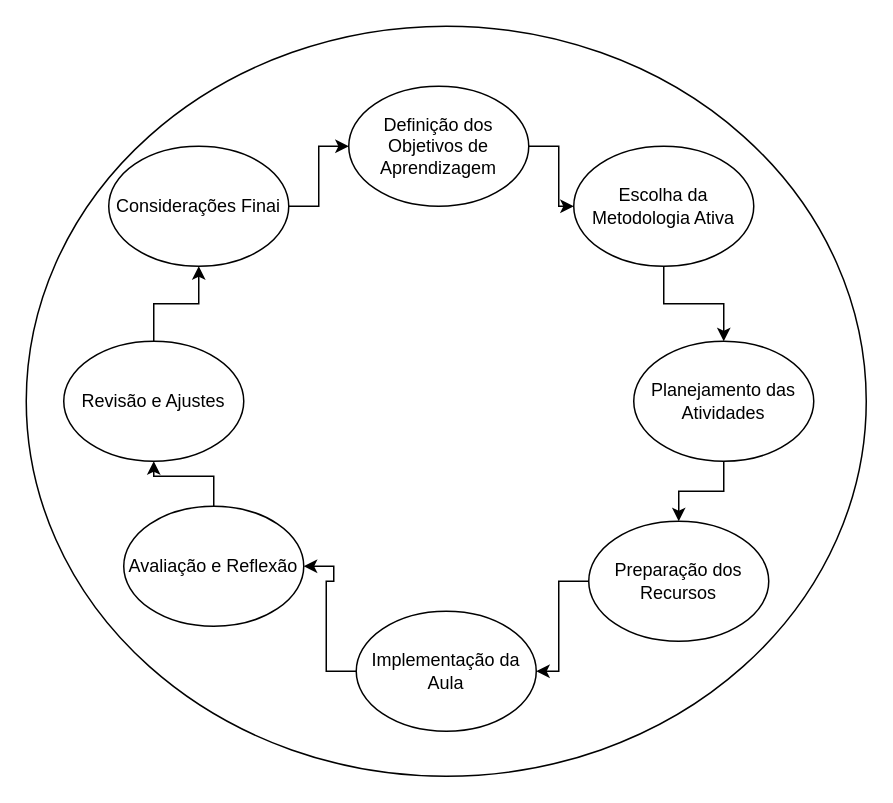
Earlier version of the draw.io diagram etapas do plano de aula.drawio (RosianeSangali/RosianeSangali). Source tidied: cells renumbered, new cells numbered last; positions are measured from the earlier drawing's top-left corner, leaving out a move shared by most shapes. Both pictures are drawn from the tidied source at 150%, with x=0, y=0 at pixel (26, 26).
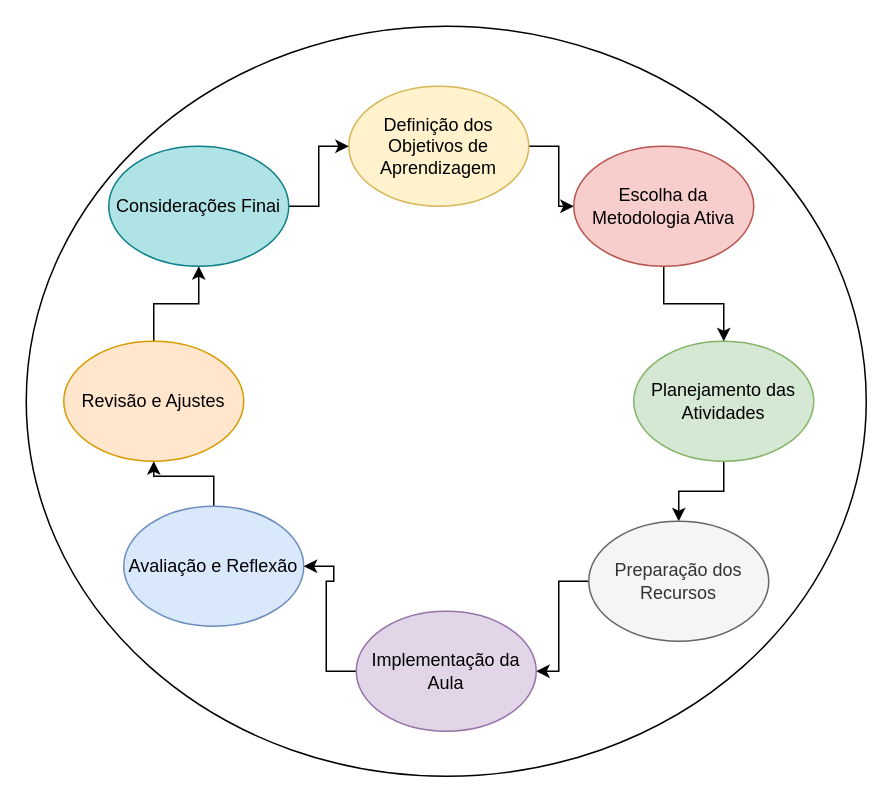
After the change.

Diff of the diagram source:
```diff
@@
 <mxGraphModel>
   <root>
     <mxCell id="0" />
     <mxCell id="1" parent="0" />
     <mxCell id="2" style="ellipse;whiteSpace=wrap;html=1;" parent="1" vertex="1">
       <mxGeometry width="560" height="500" as="geometry" />
     </mxCell>
     <mxCell id="3" style="edgeStyle=orthogonalEdgeStyle;rounded=0;jettySize=auto;html=1;" parent="1" edge="1" source="4" target="8">
       <mxGeometry relative="1" as="geometry" />
     </mxCell>
-    <mxCell id="4" value="Definição dos Objetivos de Aprendizagem" style="ellipse;whiteSpace=wrap;html=1;" parent="1" vertex="1">
+    <mxCell id="4" value="Definição dos Objetivos de Aprendizagem" style="ellipse;whiteSpace=wrap;html=1;fillColor=#fff2cc;strokeColor=#d6b656;" parent="1" vertex="1">
       <mxGeometry x="215" y="40" width="120" height="80" as="geometry" />
     </mxCell>
     <mxCell id="5" style="edgeStyle=orthogonalEdgeStyle;rounded=0;jettySize=auto;html=1;" parent="1" edge="1" source="6" target="12">
       <mxGeometry relative="1" as="geometry" />
     </mxCell>
-    <mxCell id="6" value="Planejamento das Atividades" style="ellipse;whiteSpace=wrap;html=1;" parent="1" vertex="1">
+    <mxCell id="6" value="Planejamento das Atividades" style="ellipse;whiteSpace=wrap;html=1;fillColor=#d5e8d4;strokeColor=#82b366;" parent="1" vertex="1">
       <mxGeometry x="405" y="210" width="120" height="80" as="geometry" />
     </mxCell>
     <mxCell id="7" style="edgeStyle=orthogonalEdgeStyle;rounded=0;jettySize=auto;html=1;" parent="1" edge="1" source="8" target="6">
       <mxGeometry relative="1" as="geometry" />
     </mxCell>
-    <mxCell id="8" value="Escolha da Metodologia Ativa" style="ellipse;whiteSpace=wrap;html=1;" parent="1" vertex="1">
+    <mxCell id="8" value="Escolha da Metodologia Ativa" style="ellipse;whiteSpace=wrap;html=1;fillColor=#f8cecc;strokeColor=#b85450;" parent="1" vertex="1">
       <mxGeometry x="365" y="80" width="120" height="80" as="geometry" />
     </mxCell>
     <mxCell id="9" style="edgeStyle=orthogonalEdgeStyle;rounded=0;jettySize=auto;html=1;" parent="1" edge="1" source="10" target="4">
       <mxGeometry relative="1" as="geometry" />
     </mxCell>
-    <mxCell id="10" value="Considerações Finai" style="ellipse;whiteSpace=wrap;html=1;" parent="1" vertex="1">
+    <mxCell id="10" value="Considerações Finai" style="ellipse;whiteSpace=wrap;html=1;fillColor=#b0e3e6;strokeColor=#0e8088;" parent="1" vertex="1">
       <mxGeometry x="55" y="80" width="120" height="80" as="geometry" />
     </mxCell>
     <mxCell id="11" style="edgeStyle=orthogonalEdgeStyle;rounded=0;jettySize=auto;html=1;" parent="1" edge="1" source="12" target="18">
       <mxGeometry relative="1" as="geometry" />
     </mxCell>
-    <mxCell id="12" value="Preparação dos Recursos" style="ellipse;whiteSpace=wrap;html=1;" parent="1" vertex="1">
+    <mxCell id="12" value="Preparação dos Recursos" style="ellipse;whiteSpace=wrap;html=1;fillColor=#f5f5f5;fontColor=#333333;strokeColor=#666666;" parent="1" vertex="1">
       <mxGeometry x="375" y="330" width="120" height="80" as="geometry" />
     </mxCell>
     <mxCell id="13" style="edgeStyle=orthogonalEdgeStyle;rounded=0;jettySize=auto;html=1;" parent="1" edge="1" source="14" target="10">
       <mxGeometry relative="1" as="geometry" />
     </mxCell>
-    <mxCell id="14" value="Revisão e Ajustes" style="ellipse;whiteSpace=wrap;html=1;" parent="1" vertex="1">
+    <mxCell id="14" value="Revisão e Ajustes" style="ellipse;whiteSpace=wrap;html=1;fillColor=#ffe6cc;strokeColor=#d79b00;" parent="1" vertex="1">
       <mxGeometry x="25" y="210" width="120" height="80" as="geometry" />
     </mxCell>
     <mxCell id="15" style="edgeStyle=orthogonalEdgeStyle;rounded=0;jettySize=auto;html=1;" parent="1" edge="1" source="16" target="14">
       <mxGeometry relative="1" as="geometry" />
     </mxCell>
-    <mxCell id="16" value="Avaliação e Reflexão" style="ellipse;whiteSpace=wrap;html=1;" parent="1" vertex="1">
+    <mxCell id="16" value="Avaliação e Reflexão" style="ellipse;whiteSpace=wrap;html=1;fillColor=#dae8fc;strokeColor=#6c8ebf;" parent="1" vertex="1">
       <mxGeometry x="65" y="320" width="120" height="80" as="geometry" />
     </mxCell>
     <mxCell id="17" style="edgeStyle=orthogonalEdgeStyle;rounded=0;jettySize=auto;html=1;" parent="1" edge="1" source="18" target="16">
       <mxGeometry relative="1" as="geometry" />
     </mxCell>
-    <mxCell id="18" value="Implementação da Aula" style="ellipse;whiteSpace=wrap;html=1;" parent="1" vertex="1">
+    <mxCell id="18" value="Implementação da Aula" style="ellipse;whiteSpace=wrap;html=1;fillColor=#e1d5e7;strokeColor=#9673a6;" parent="1" vertex="1">
       <mxGeometry x="220" y="390" width="120" height="80" as="geometry" />
     </mxCell>
   </root>
 </mxGraphModel>
```
